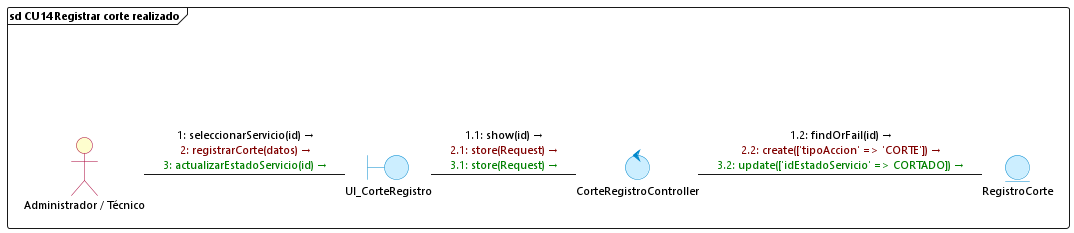
DiogoMars777/TELCOM-2.0 keeps this PlantUML diagram as diagramas/comunicacion/cu14_registrar_corte_realizado.png. Above is the earlier version. Source of this version:
```plantuml
@startuml cu14_registrar_corte_realizado
skinparam backgroundColor white
skinparam defaultFontName "Segoe UI"
skinparam defaultFontSize 11
skinparam interfaceBackgroundColor transparent
skinparam interfaceBorderColor transparent
skinparam actorBackgroundColor #FEFECE
skinparam actorBorderColor #A80036
skinparam boundaryBackgroundColor #CCEEFF
skinparam boundaryBorderColor #0088CC
skinparam controlBackgroundColor #CCEEFF
skinparam controlBorderColor #0088CC
skinparam entityBackgroundColor #CCEEFF
skinparam entityBorderColor #0088CC

frame "sd CU14 Registrar corte realizado" {
    () " " as spacer
    actor "Administrador / Técnico" as Admin
    boundary UI_CorteRegistro
    control CorteRegistroController
    entity RegistroCorte

    spacer -[hidden]down- Admin

    Admin -right- UI_CorteRegistro : <font color=#000000>1: seleccionarServicio(id) →</font>\n<font color=#800000>2: registrarCorte(datos) →</font>\n<font color=#008000>3: actualizarEstadoServicio(id) →</font>

    UI_CorteRegistro -right- CorteRegistroController : <font color=#000000>1.1: show(id) →</font>\n<font color=#800000>2.1: store(Request) →</font>\n<font color=#008000>3.1: store(Request) →</font>

    CorteRegistroController -right- RegistroCorte : <font color=#000000>1.2: findOrFail(id) →</font>\n<font color=#800000>2.2: create(['tipoAccion' => 'CORTE']) →</font>\n<font color=#008000>3.2: update(['idEstadoServicio' => CORTADO]) →</font>
}
@enduml
```
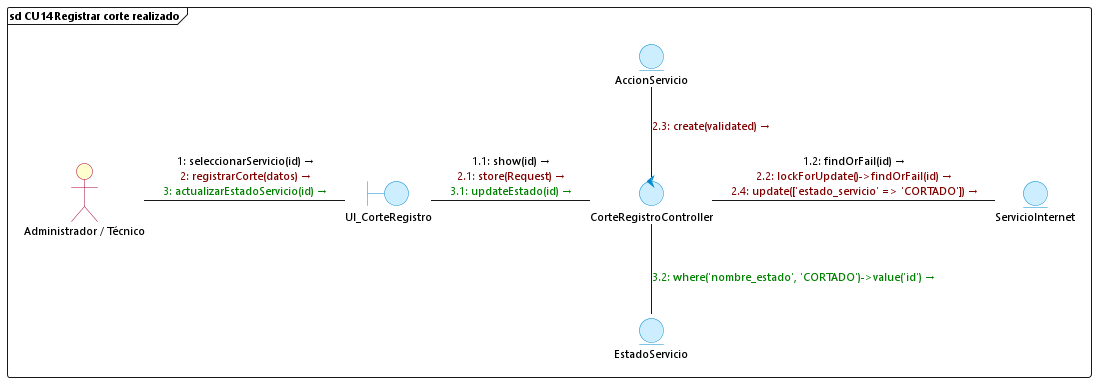
After the commit.

The edit, as a diff of the source:
```diff
@@ -18,14 +18,20 @@
     actor "Administrador / Técnico" as Admin
     boundary UI_CorteRegistro
     control CorteRegistroController
-    entity RegistroCorte
+    entity ServicioInternet
+    entity AccionServicio
+    entity EstadoServicio
 
     spacer -[hidden]down- Admin
 
     Admin -right- UI_CorteRegistro : <font color=#000000>1: seleccionarServicio(id) →</font>\n<font color=#800000>2: registrarCorte(datos) →</font>\n<font color=#008000>3: actualizarEstadoServicio(id) →</font>
 
-    UI_CorteRegistro -right- CorteRegistroController : <font color=#000000>1.1: show(id) →</font>\n<font color=#800000>2.1: store(Request) →</font>\n<font color=#008000>3.1: store(Request) →</font>
+    UI_CorteRegistro -right- CorteRegistroController : <font color=#000000>1.1: show(id) →</font>\n<font color=#800000>2.1: store(Request) →</font>\n<font color=#008000>3.1: updateEstado(id) →</font>
 
-    CorteRegistroController -right- RegistroCorte : <font color=#000000>1.2: findOrFail(id) →</font>\n<font color=#800000>2.2: create(['tipoAccion' => 'CORTE']) →</font>\n<font color=#008000>3.2: update(['idEstadoServicio' => CORTADO]) →</font>
+    CorteRegistroController -right- ServicioInternet : <font color=#000000>1.2: findOrFail(id) →</font>\n<font color=#800000>2.2: lockForUpdate()->findOrFail(id) →</font>\n<font color=#800000>2.4: update(['estado_servicio' => 'CORTADO']) →</font>
+
+    CorteRegistroController -up- AccionServicio : <font color=#800000>2.3: create(validated) →</font>
+
+    CorteRegistroController -down- EstadoServicio : <font color=#008000>3.2: where('nombre_estado', 'CORTADO')->value('id') →</font>
 }
 @enduml
```
